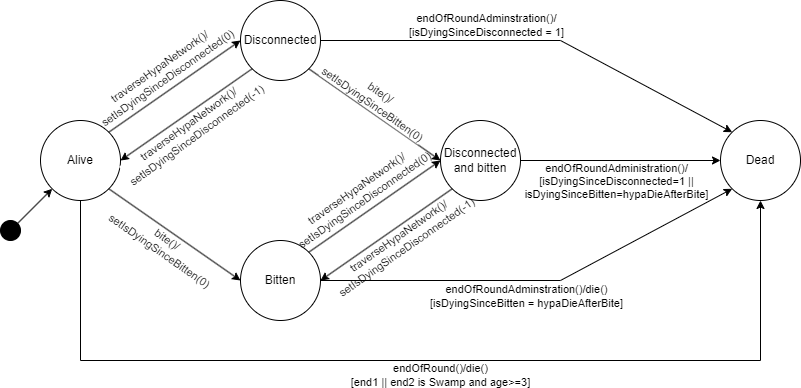
Before: UML/reszletes tervek state machinek/hypa statemachine.png, a diagram exported from draw.io (Darknet500/Pandora-Fungis). Source tidied: cells renumbered, new cells last; positions are measured from the earlier drawing's top-left corner, leaving out a move shared by most shapes. Source of this version:
```xml
<mxGraphModel>
  <root>
    <mxCell id="0" />
    <mxCell id="1" parent="0" />
    <mxCell id="2" value="Alive" style="ellipse;whiteSpace=wrap;html=1;" parent="1" vertex="1">
      <mxGeometry x="40" y="120" width="80" height="80" as="geometry" />
    </mxCell>
    <mxCell id="3" value="Dead" style="ellipse;whiteSpace=wrap;html=1;" parent="1" vertex="1">
      <mxGeometry x="720" y="120" width="80" height="80" as="geometry" />
    </mxCell>
    <mxCell id="4" style="ellipse;whiteSpace=wrap;html=1;fillColor=#000000;" parent="1" vertex="1">
      <mxGeometry y="220" width="20" height="20" as="geometry" />
    </mxCell>
    <mxCell id="5" style="endArrow=classic;html=1;rounded=0;entryX=0;entryY=1;entryDx=0;entryDy=0;exitX=1;exitY=0;exitDx=0;exitDy=0;" parent="1" edge="1" source="4" target="2">
      <mxGeometry relative="1" as="geometry" />
    </mxCell>
    <mxCell id="6" style="endArrow=classic;html=1;rounded=0;exitX=1;exitY=1;exitDx=0;exitDy=0;entryX=0;entryY=0.5;entryDx=0;entryDy=0;" parent="1" edge="1" source="2" target="8">
      <mxGeometry relative="1" as="geometry" />
    </mxCell>
    <mxCell id="7" value="bite()/&lt;br&gt;setIsDyingSinceBitten(0)" style="edgeLabel;html=1;align=center;verticalAlign=middle;rotation=35;" parent="6" vertex="1">
      <mxGeometry x="-0.08" y="-3" relative="1" as="geometry">
        <mxPoint x="-4" y="11" as="offset" />
      </mxGeometry>
    </mxCell>
    <mxCell id="8" value="Bitten" style="ellipse;whiteSpace=wrap;html=1;" parent="1" vertex="1">
      <mxGeometry x="240" y="240" width="80" height="80" as="geometry" />
    </mxCell>
    <mxCell id="9" value="Disconnected" style="ellipse;whiteSpace=wrap;html=1;" parent="1" vertex="1">
      <mxGeometry x="240" width="80" height="80" as="geometry" />
    </mxCell>
    <mxCell id="10" style="endArrow=classic;html=1;rounded=0;exitX=1;exitY=0;exitDx=0;exitDy=0;" parent="1" edge="1" source="2">
      <mxGeometry relative="1" as="geometry">
        <mxPoint x="240" y="40" as="targetPoint" />
      </mxGeometry>
    </mxCell>
    <mxCell id="11" value="traverseHypaNetwork()/&lt;br&gt;setIsDyingSinceDisconnected(0)" style="edgeLabel;html=1;align=center;verticalAlign=middle;rotation=-35;" parent="10" vertex="1">
      <mxGeometry x="-0.08" y="-3" relative="1" as="geometry">
        <mxPoint x="-8" y="-20" as="offset" />
      </mxGeometry>
    </mxCell>
    <mxCell id="12" style="endArrow=classic;html=1;rounded=0;exitX=0;exitY=1;exitDx=0;exitDy=0;entryX=1;entryY=0.5;entryDx=0;entryDy=0;" parent="1" edge="1" source="9" target="2">
      <mxGeometry relative="1" as="geometry" />
    </mxCell>
    <mxCell id="13" value="traverseHypaNetwork()/&lt;br&gt;setIsDyingSinceDisconnected(-1)" style="edgeLabel;html=1;align=center;verticalAlign=middle;rotation=-36;" parent="12" vertex="1">
      <mxGeometry x="-0.02" relative="1" as="geometry">
        <mxPoint x="4" y="16" as="offset" />
      </mxGeometry>
    </mxCell>
    <mxCell id="14" value="Disconnected and bitten" style="ellipse;whiteSpace=wrap;html=1;" parent="1" vertex="1">
      <mxGeometry x="440" y="120" width="80" height="80" as="geometry" />
    </mxCell>
    <mxCell id="15" style="endArrow=classic;html=1;rounded=0;entryX=0;entryY=0.5;entryDx=0;entryDy=0;exitX=1;exitY=1;exitDx=0;exitDy=0;" parent="1" edge="1" source="9" target="14">
      <mxGeometry relative="1" as="geometry" />
    </mxCell>
    <mxCell id="16" value="bite()/&lt;br&gt;setIsDyingSinceBitten(0)" style="edgeLabel;html=1;align=center;verticalAlign=middle;rotation=35;" parent="15" vertex="1">
      <mxGeometry x="-0.18" relative="1" as="geometry">
        <mxPoint x="14" y="-8" as="offset" />
      </mxGeometry>
    </mxCell>
    <mxCell id="17" style="endArrow=classic;html=1;rounded=0;exitX=1;exitY=0.5;exitDx=0;exitDy=0;entryX=0;entryY=0;entryDx=0;entryDy=0;" parent="1" edge="1" source="9" target="3">
      <mxGeometry relative="1" as="geometry">
        <Array as="points">
          <mxPoint x="560" y="40" />
        </Array>
      </mxGeometry>
    </mxCell>
    <mxCell id="18" value="endOfRoundAdminstration()/&lt;br&gt;[isDyingSinceDisconnected = 1]" style="edgeLabel;html=1;align=center;verticalAlign=middle;rotation=0;" parent="17" vertex="1">
      <mxGeometry x="-0.06" y="3" relative="1" as="geometry">
        <mxPoint x="-40" y="-13" as="offset" />
      </mxGeometry>
    </mxCell>
    <mxCell id="19" style="endArrow=classic;html=1;rounded=0;entryX=0;entryY=1;entryDx=0;entryDy=0;exitX=1;exitY=0.5;exitDx=0;exitDy=0;" parent="1" edge="1" source="8" target="3">
      <mxGeometry relative="1" as="geometry">
        <Array as="points">
          <mxPoint x="560" y="280" />
        </Array>
      </mxGeometry>
    </mxCell>
    <mxCell id="20" value="endOfRoundAdminstration()/die()&lt;br&gt;[isDyingSinceBitten = hypaDieAfterBite]" style="edgeLabel;html=1;align=center;verticalAlign=middle;rotation=0;" parent="19" vertex="1">
      <mxGeometry x="-0.05" y="-5" relative="1" as="geometry">
        <mxPoint x="-1" y="10" as="offset" />
      </mxGeometry>
    </mxCell>
    <mxCell id="21" style="endArrow=classic;html=1;rounded=0;entryX=0;entryY=0.5;entryDx=0;entryDy=0;exitX=1;exitY=0.5;exitDx=0;exitDy=0;" parent="1" edge="1" source="14" target="3">
      <mxGeometry relative="1" as="geometry" />
    </mxCell>
    <mxCell id="22" value="endOfRoundAdministration()/&lt;br&gt;[isDyingSinceDisconnected=1 ||&lt;br&gt;isDyingSinceBitten=hypaDieAfterBite]" style="edgeLabel;html=1;align=center;verticalAlign=middle;" parent="21" vertex="1">
      <mxGeometry x="-0.78" y="-1" relative="1" as="geometry">
        <mxPoint x="73" y="19" as="offset" />
      </mxGeometry>
    </mxCell>
    <mxCell id="23" style="endArrow=classic;html=1;rounded=0;exitX=1;exitY=0;exitDx=0;exitDy=0;entryX=0;entryY=0.5;entryDx=0;entryDy=0;" parent="1" edge="1" source="8" target="14">
      <mxGeometry relative="1" as="geometry" />
    </mxCell>
    <mxCell id="24" value="traverseHypaNetwork()/&lt;br&gt;setIsDyingSinceDisconnected(0)" style="edgeLabel;html=1;align=center;verticalAlign=middle;rotation=-35;labelBackgroundColor=none;" parent="23" vertex="1">
      <mxGeometry x="-0.08" y="-3" relative="1" as="geometry">
        <mxPoint x="-11" y="-18" as="offset" />
      </mxGeometry>
    </mxCell>
    <mxCell id="25" style="endArrow=classic;html=1;rounded=0;exitX=0;exitY=1;exitDx=0;exitDy=0;entryX=1;entryY=0.5;entryDx=0;entryDy=0;" parent="1" edge="1" source="14" target="8">
      <mxGeometry relative="1" as="geometry" />
    </mxCell>
    <mxCell id="26" value="traverseHypaNetwork()/&lt;br&gt;setIsDyingSinceDisconnected(-1)" style="edgeLabel;html=1;align=center;verticalAlign=middle;rotation=-35;labelBackgroundColor=none;" parent="25" vertex="1">
      <mxGeometry x="-0.02" relative="1" as="geometry">
        <mxPoint x="14" y="8" as="offset" />
      </mxGeometry>
    </mxCell>
    <mxCell id="27" style="endArrow=classic;html=1;rounded=0;exitX=0.5;exitY=1;exitDx=0;exitDy=0;entryX=0.5;entryY=1;entryDx=0;entryDy=0;" parent="1" edge="1" source="2" target="3">
      <mxGeometry relative="1" as="geometry">
        <Array as="points">
          <mxPoint x="80" y="360" />
          <mxPoint x="760" y="360" />
        </Array>
      </mxGeometry>
    </mxCell>
    <mxCell id="28" value="endOfRound()/die()&lt;br&gt;[end1 || end2 is Swamp and age&amp;gt;=3]" style="edgeLabel;html=1;align=center;verticalAlign=middle;" parent="27" vertex="1">
      <mxGeometry x="0.01" y="-2" relative="1" as="geometry">
        <mxPoint x="16" y="12" as="offset" />
      </mxGeometry>
    </mxCell>
  </root>
</mxGraphModel>
```
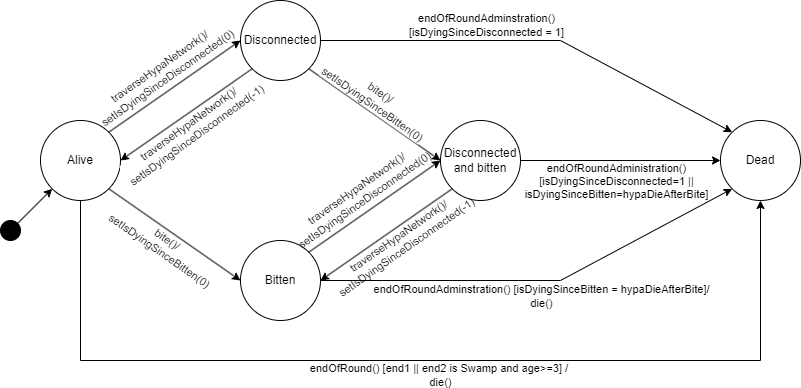
The same file after the commit.

What changed in the source:
```diff
@@ -64,7 +64,7 @@
         </Array>
       </mxGeometry>
     </mxCell>
-    <mxCell id="18" value="endOfRoundAdminstration()/&lt;br&gt;[isDyingSinceDisconnected = 1]" style="edgeLabel;html=1;align=center;verticalAlign=middle;rotation=0;" parent="17" vertex="1">
+    <mxCell id="18" value="endOfRoundAdminstration()&lt;br&gt;[isDyingSinceDisconnected = 1]" style="edgeLabel;html=1;align=center;verticalAlign=middle;rotation=0;" parent="17" vertex="1">
       <mxGeometry x="-0.06" y="3" relative="1" as="geometry">
         <mxPoint x="-40" y="-13" as="offset" />
       </mxGeometry>
@@ -76,15 +76,15 @@
         </Array>
       </mxGeometry>
     </mxCell>
-    <mxCell id="20" value="endOfRoundAdminstration()/die()&lt;br&gt;[isDyingSinceBitten = hypaDieAfterBite]" style="edgeLabel;html=1;align=center;verticalAlign=middle;rotation=0;" parent="19" vertex="1">
+    <mxCell id="20" value="endOfRoundAdminstration() [isDyingSinceBitten = hypaDieAfterBite]/&lt;br&gt;die()" style="edgeLabel;html=1;align=center;verticalAlign=middle;rotation=0;" parent="19" vertex="1">
       <mxGeometry x="-0.05" y="-5" relative="1" as="geometry">
-        <mxPoint x="-1" y="10" as="offset" />
+        <mxPoint x="14" y="10" as="offset" />
       </mxGeometry>
     </mxCell>
     <mxCell id="21" style="endArrow=classic;html=1;rounded=0;entryX=0;entryY=0.5;entryDx=0;entryDy=0;exitX=1;exitY=0.5;exitDx=0;exitDy=0;" parent="1" edge="1" source="14" target="3">
       <mxGeometry relative="1" as="geometry" />
     </mxCell>
-    <mxCell id="22" value="endOfRoundAdministration()/&lt;br&gt;[isDyingSinceDisconnected=1 ||&lt;br&gt;isDyingSinceBitten=hypaDieAfterBite]" style="edgeLabel;html=1;align=center;verticalAlign=middle;" parent="21" vertex="1">
+    <mxCell id="22" value="endOfRoundAdministration()&lt;br&gt;[isDyingSinceDisconnected=1 ||&lt;br&gt;isDyingSinceBitten=hypaDieAfterBite]" style="edgeLabel;html=1;align=center;verticalAlign=middle;" parent="21" vertex="1">
       <mxGeometry x="-0.78" y="-1" relative="1" as="geometry">
         <mxPoint x="73" y="19" as="offset" />
       </mxGeometry>
@@ -113,7 +113,7 @@
         </Array>
       </mxGeometry>
     </mxCell>
-    <mxCell id="28" value="endOfRound()/die()&lt;br&gt;[end1 || end2 is Swamp and age&amp;gt;=3]" style="edgeLabel;html=1;align=center;verticalAlign=middle;" parent="27" vertex="1">
+    <mxCell id="28" value="endOfRound() [end1 || end2 is Swamp and age&amp;gt;=3] /&amp;nbsp;&lt;br&gt;die()" style="edgeLabel;html=1;align=center;verticalAlign=middle;" parent="27" vertex="1">
       <mxGeometry x="0.01" y="-2" relative="1" as="geometry">
         <mxPoint x="16" y="12" as="offset" />
       </mxGeometry>
```
